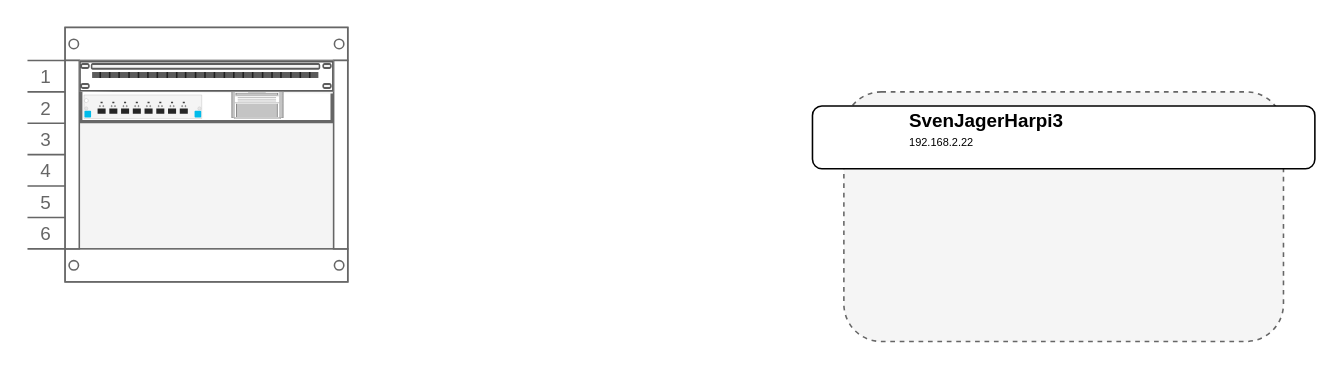
Above: HomeLab Diagram.drawio in SvenJager/HomeLab (draw.io), before the change. Source tidied: cells renumbered, new cells numbered last; positions are measured from the earlier drawing's top-left corner, leaving out a move shared by most shapes. Both pictures are drawn from the tidied source at 157%, with x=0, y=0 at pixel (27, 27). Pictures stored in the file or linked from it are replaced by grey dashed boxes.
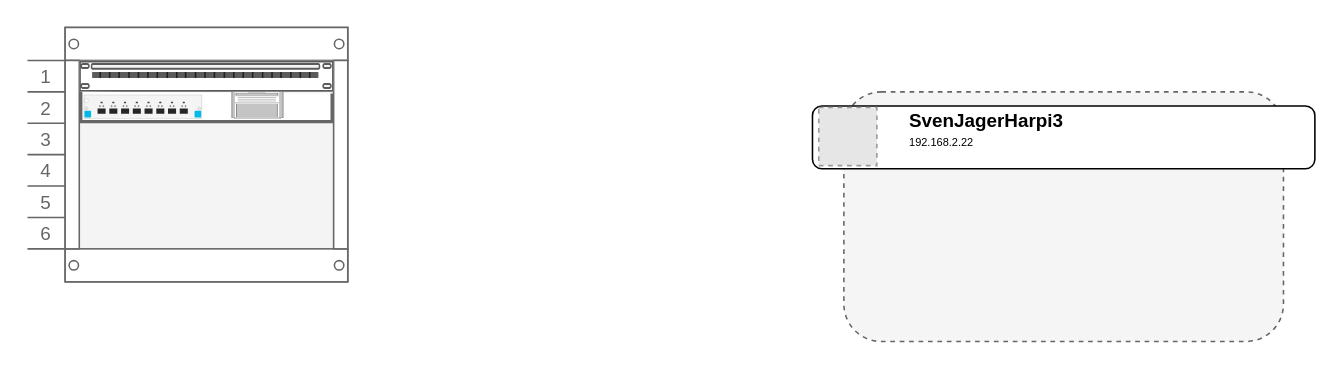
After the change.

Diff of the diagram source:
```diff
@@
 <mxGraphModel>
   <root>
     <mxCell id="0" />
     <mxCell id="1" parent="0" />
     <mxCell id="2" style="strokeColor=#666666;html=1;verticalLabelPosition=bottom;labelBackgroundColor=#ffffff;verticalAlign=top;shadow=0;dashed=0;shape=mxgraph.rackGeneral.rackCabinet3;fillColor2=#f4f4f4;allowGaps=1;textColor=#666666;numDisp=ascend;rackUnitSize=20;" parent="1" vertex="1">
       <mxGeometry width="204" height="170" as="geometry" />
     </mxCell>
     <mxCell id="3" style="strokeColor=#666666;html=1;labelPosition=right;align=left;spacingLeft=15;shadow=0;dashed=0;shape=mxgraph.rack.general.cat5e_rack_mount_patch_panel_24_ports;" parent="2" vertex="1">
       <mxGeometry x="33" y="21" width="162" height="20" as="geometry" />
     </mxCell>
     <mxCell id="4" style="strokeColor=#666666;html=1;labelPosition=right;align=left;spacingLeft=15;shadow=0;dashed=0;shape=mxgraph.rackGeneral.shelf;" parent="2" vertex="1">
       <mxGeometry x="33" y="41" width="162" height="20" as="geometry" />
     </mxCell>
     <mxCell id="5" style="html=1;verticalLabelPosition=bottom;verticalAlign=top;shadow=0;dashed=0;shape=mxgraph.rack.hpe_aruba.switches.j993a_8_port_1g_10gbe_sfpplus_with_macsec_v3_zl2_module;" parent="4" vertex="1">
       <mxGeometry x="3" y="2" width="75" height="15" as="geometry" />
     </mxCell>
     <mxCell id="6" style="strokeColor=#666666;html=1;verticalLabelPosition=bottom;labelBackgroundColor=#ffffff;verticalAlign=top;shadow=0;dashed=0;shape=mxgraph.rack.general.server_1;" parent="4" vertex="1">
       <mxGeometry x="97" width="33" height="17" as="geometry" />
     </mxCell>
     <mxCell id="7" style="rounded=1;whiteSpace=wrap;html=1;fillColor=#f5f5f5;fontColor=#333333;strokeColor=#666666;dashed=1;" parent="1" vertex="1">
       <mxGeometry x="520" y="41" width="280" height="159" as="geometry" />
     </mxCell>
     <mxCell id="8" style="rounded=1;whiteSpace=wrap;html=1;" parent="1" vertex="1">
       <mxGeometry x="500" y="50" width="320" height="40" as="geometry" />
     </mxCell>
     <mxCell id="9" value="SvenJagerHarpi3" style="text;html=1;align=left;verticalAlign=middle;whiteSpace=wrap;rounded=0;fontFamily=Helvetica;fontStyle=1;" parent="1" vertex="1">
       <mxGeometry x="560" y="50" width="110" height="20" as="geometry" />
     </mxCell>
     <mxCell id="10" value="192.168.2.22" style="text;html=1;align=left;verticalAlign=middle;whiteSpace=wrap;rounded=0;fontSize=7;fontFamily=Helvetica;" parent="1" vertex="1">
       <mxGeometry x="560" y="69" width="60" height="10" as="geometry" />
     </mxCell>
+    <mxCell id="11" style="fillColor=#E6E6E6;strokeColor=#999999;dashed=1;verticalLabelPosition=bottom;labelBackgroundColor=default;verticalAlign=top;" parent="1" vertex="1">
+      <mxGeometry x="504" y="51" width="37" height="37" as="geometry" />
+    </mxCell>
   </root>
 </mxGraphModel>
```
